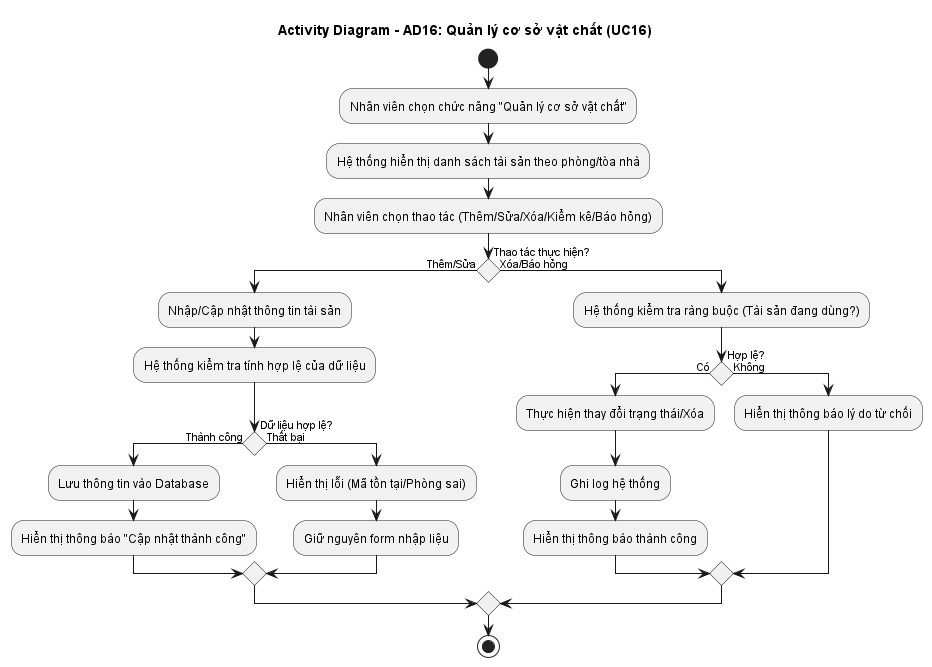
DOTHANHLUAN-24/DormitoryManagementSystem keeps this PlantUML diagram as src/DormitoryManagement/Docs/images/AD16_QuanLyCoSoVatChat.png. Above is the earlier version. The source it was exported from:
```plantuml
@startuml
title Activity Diagram - AD16: Quản lý cơ sở vật chất (UC16)

skinparam conditionStyle diamond
skinparam shadowing false

start

:Nhân viên chọn chức năng "Quản lý cơ sở vật chất";
:Hệ thống hiển thị danh sách tài sản theo phòng/tòa nhà;
:Nhân viên chọn thao tác (Thêm/Sửa/Xóa/Kiểm kê/Báo hỏng);

if (Thao tác thực hiện?) then (Thêm/Sửa)
    :Nhập/Cập nhật thông tin tài sản;
    :Hệ thống kiểm tra tính hợp lệ của dữ liệu;
    if (Dữ liệu hợp lệ?) then (Thành công)
        :Lưu thông tin vào Database;
        :Hiển thị thông báo "Cập nhật thành công";
    else (Thất bại)
        :Hiển thị lỗi (Mã tồn tại/Phòng sai);
        :Giữ nguyên form nhập liệu;
    endif
else (Xóa/Báo hỏng)
    :Hệ thống kiểm tra ràng buộc (Tài sản đang dùng?);
    if (Hợp lệ?) then (Có)
        :Thực hiện thay đổi trạng thái/Xóa;
        :Ghi log hệ thống;
        :Hiển thị thông báo thành công;
    else (Không)
        :Hiển thị thông báo lý do từ chối;
    endif
endif

stop
@enduml
```
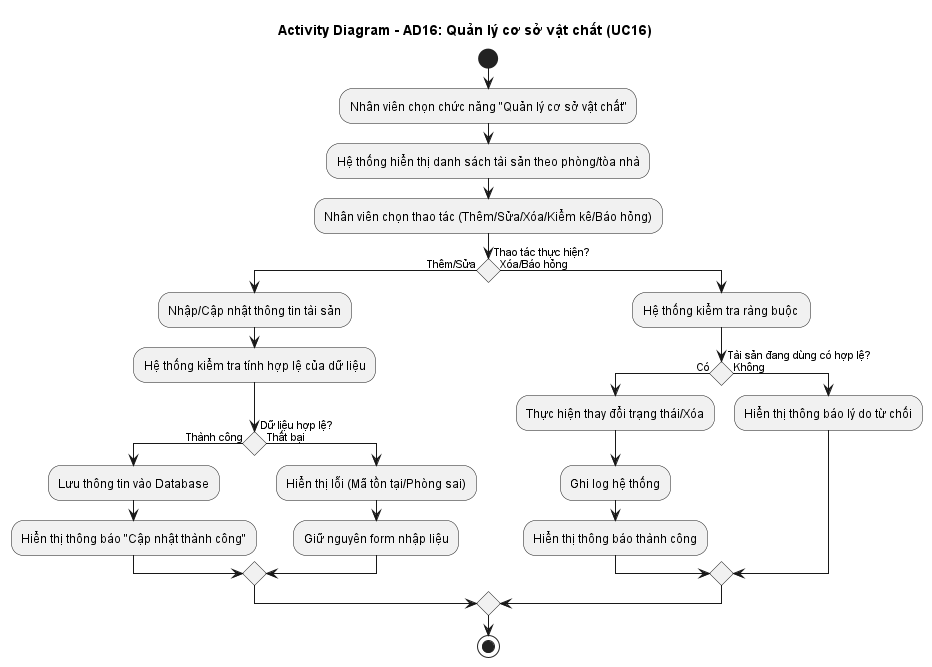
After the commit.

The edit, as a diff of the source:
```diff
@@ -21,8 +21,8 @@
         :Giữ nguyên form nhập liệu;
     endif
 else (Xóa/Báo hỏng)
-    :Hệ thống kiểm tra ràng buộc (Tài sản đang dùng?);
-    if (Hợp lệ?) then (Có)
+    :Hệ thống kiểm tra ràng buộc ;
+    if (Tài sản đang dùng có hợp lệ?) then (Có)
         :Thực hiện thay đổi trạng thái/Xóa;
         :Ghi log hệ thống;
         :Hiển thị thông báo thành công;
```
